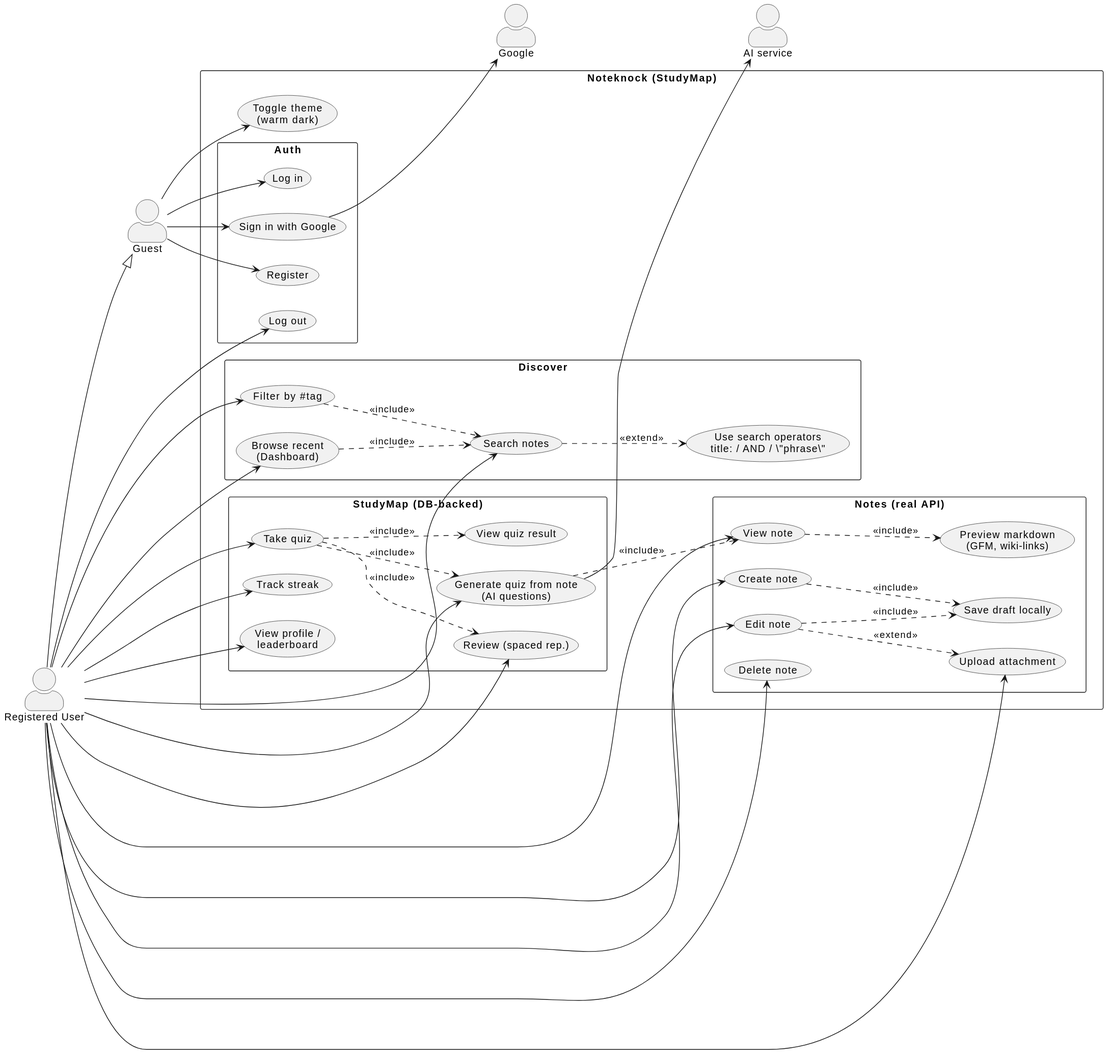
Above: docs/usecase.svg in get-wright/Noteknock (PlantUML), before the change.
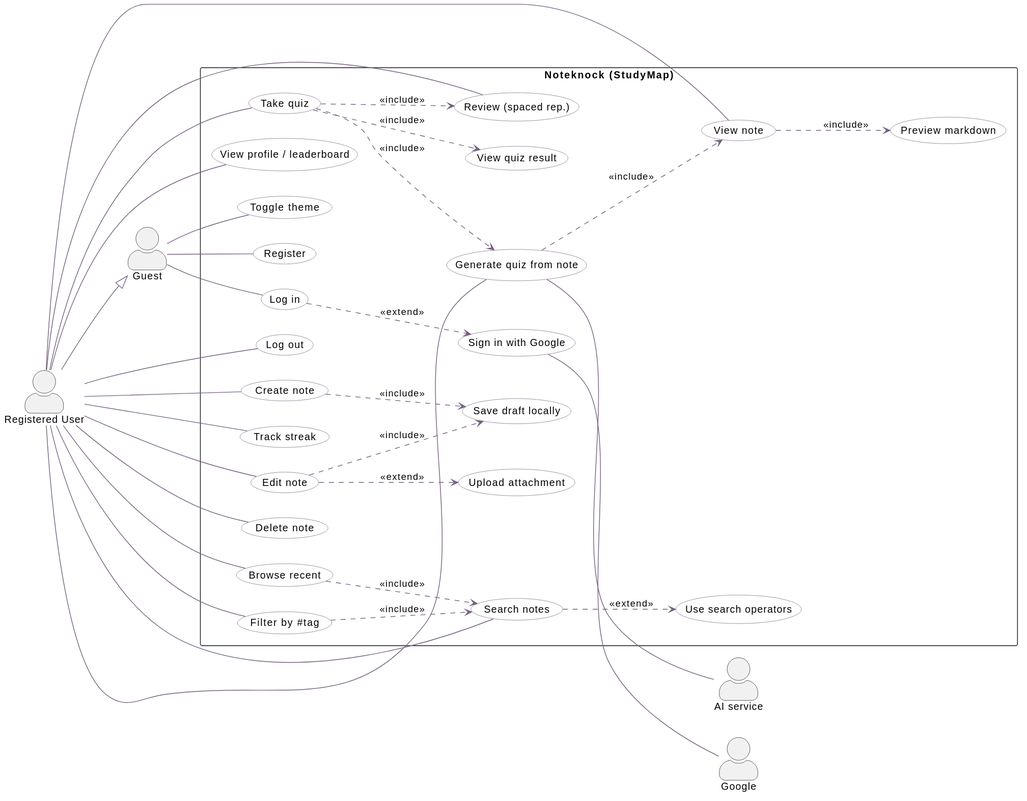
The same diagram one commit later.

Commit message:
Relayout UseCase diagram to Visual Paradigm conventions

Primary actors left, supporting actors (Google, AI service) right, all
use cases as plain ovals in one system boundary. Dropped sub-package
boxes that crowded the layout.

Change to the diagram source:
```diff
@@ -1,84 +1,80 @@
 @startuml
 left to right direction
+skinparam actorStyle awesome
 skinparam packageStyle rectangle
-skinparam actorStyle awesome
+skinparam shadowing false
+skinparam usecase {
+  BackgroundColor #FFFFFF
+  BorderColor #75607F
+  ArrowColor #75607F
+}
 
 actor "Guest" as Guest
 actor "Registered User" as User
-actor "Google" as Google
-actor "AI service" as AI
 User --|> Guest
 
 rectangle "Noteknock (StudyMap)" {
+  usecase "Register" as UC_Reg
+  usecase "Log in" as UC_Login
+  usecase "Sign in with Google" as UC_Google
+  usecase "Log out" as UC_Logout
 
-  package "Auth" {
-    usecase "Register" as UC_Reg
-    usecase "Log in" as UC_Login
-    usecase "Sign in with Google" as UC_Google
-    usecase "Log out" as UC_Logout
-  }
+  usecase "Create note" as UC_Create
+  usecase "View note" as UC_View
+  usecase "Edit note" as UC_Edit
+  usecase "Delete note" as UC_Delete
+  usecase "Save draft locally" as UC_Draft
+  usecase "Preview markdown" as UC_Md
+  usecase "Upload attachment" as UC_Attach
 
-  package "Notes (real API)" {
-    usecase "Create note" as UC_Create
-    usecase "View note" as UC_View
-    usecase "Edit note" as UC_Edit
-    usecase "Delete note" as UC_Delete
-    usecase "Save draft locally" as UC_Draft
-    usecase "Preview markdown\n(GFM, wiki-links)" as UC_Md
-    usecase "Upload attachment" as UC_Attach
-  }
+  usecase "Search notes" as UC_Search
+  usecase "Filter by #tag" as UC_TagFilter
+  usecase "Browse recent" as UC_Recent
+  usecase "Use search operators" as UC_Ops
 
-  package "Discover" {
-    usecase "Search notes" as UC_Search
-    usecase "Filter by #tag" as UC_TagFilter
-    usecase "Browse recent\n(Dashboard)" as UC_Recent
-    usecase "Use search operators\ntitle: / AND / \"phrase\"" as UC_Ops
-  }
-
-  package "StudyMap (DB-backed)" {
-    usecase "Generate quiz from note\n(AI questions)" as UC_QuizGen
-    usecase "Take quiz" as UC_Quiz
-    usecase "View quiz result" as UC_QuizRes
-    usecase "Review (spaced rep.)" as UC_Review
-    usecase "Track streak" as UC_Streak
-    usecase "View profile /\nleaderboard" as UC_Profile
-  }
-
-  usecase "Toggle theme\n(warm dark)" as UC_Theme
+  usecase "Generate quiz from note" as UC_QuizGen
+  usecase "Take quiz" as UC_Quiz
+  usecase "View quiz result" as UC_QuizRes
+  usecase "Review (spaced rep.)" as UC_Review
+  usecase "Track streak" as UC_Streak
+  usecase "View profile / leaderboard" as UC_Profile
+  usecase "Toggle theme" as UC_Theme
 }
 
-Guest --> UC_Reg
-Guest --> UC_Login
-Guest --> UC_Google
-Guest --> UC_Theme
-UC_Google --> Google
+actor "Google" as Google
+actor "AI service" as AI
 
-User --> UC_Create
-User --> UC_View
-User --> UC_Edit
-User --> UC_Delete
-User --> UC_Attach
-User --> UC_Search
-User --> UC_TagFilter
-User --> UC_Recent
-User --> UC_QuizGen
-User --> UC_Quiz
-User --> UC_Review
-User --> UC_Streak
-User --> UC_Profile
-User --> UC_Logout
+Guest -- UC_Reg
+Guest -- UC_Login
+Guest -- UC_Theme
 
-UC_QuizGen --> AI
-UC_QuizGen ..> UC_View : <<include>>
-UC_Quiz ..> UC_QuizGen : <<include>>
+User -- UC_Create
+User -- UC_View
+User -- UC_Edit
+User -- UC_Delete
+User -- UC_Search
+User -- UC_TagFilter
+User -- UC_Recent
+User -- UC_QuizGen
+User -- UC_Quiz
+User -- UC_Review
+User -- UC_Streak
+User -- UC_Profile
+User -- UC_Logout
 
-UC_Create ..> UC_Draft : <<include>>
-UC_Edit ..> UC_Draft : <<include>>
-UC_Edit ..> UC_Attach : <<extend>>
-UC_View ..> UC_Md : <<include>>
-UC_Quiz ..> UC_QuizRes : <<include>>
-UC_Quiz ..> UC_Review : <<include>>
-UC_Search ..> UC_Ops : <<extend>>
-UC_Recent ..> UC_Search : <<include>>
+UC_Google -- Google
+UC_QuizGen -- AI
+
+UC_Login   ..> UC_Google : <<extend>>
+UC_Create  ..> UC_Draft  : <<include>>
+UC_Edit    ..> UC_Draft  : <<include>>
+UC_Edit    ..> UC_Attach : <<extend>>
+UC_View    ..> UC_Md     : <<include>>
+UC_QuizGen ..> UC_View   : <<include>>
+UC_Quiz    ..> UC_QuizGen : <<include>>
+UC_Quiz    ..> UC_QuizRes : <<include>>
+UC_Quiz    ..> UC_Review  : <<include>>
+UC_Search  ..> UC_Ops     : <<extend>>
+UC_Recent    ..> UC_Search : <<include>>
 UC_TagFilter ..> UC_Search : <<include>>
 @enduml
```
